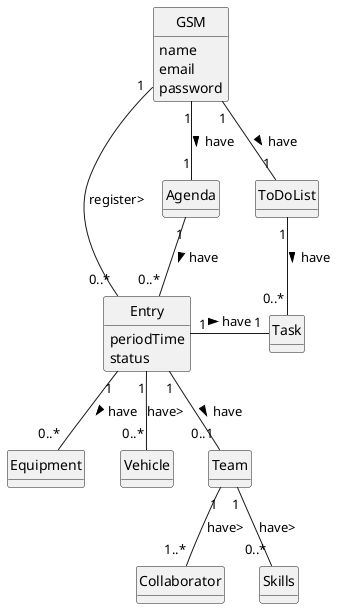
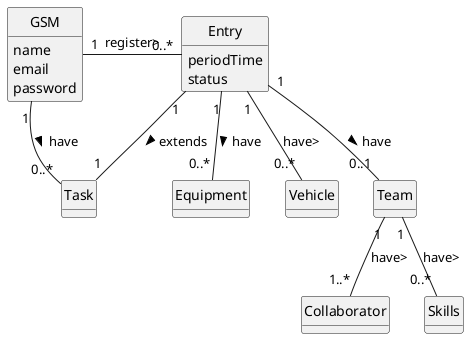
@startuml
skinparam monochrome true
skinparam packageStyle rectangle
skinparam shadowing false

'left to right direction

skinparam classAttributeIconSize 0

hide circle
hide methods

'title Domain Model

'class Platform {
'  -description
'}


class GSM {
    name
    email
    password
}

class Entry{
    periodTime
    status
}

- class ToDoList{
- }
+ 

class Collaborator{

}

class Equipment{
}

class Vehicle{
}


- GSM "1" -- "1" Agenda: have >

- GSM "1" -- "1" ToDoList: have >
- 
- ToDoList "1" -- "0..*" Task: have >
+ GSM "1" -- "0..*" Task: have >

GSM "1" - "0..*" Entry: register>

- Entry "1" - "1" Task : have >
- 
- Agenda "1" -- "0..*" Entry: have >
+ Entry "1" - "1" Task : extends >

Entry "1" -- "0..1" Team : have >

Entry "1" -- "0..*" Vehicle : have>

Entry "1" -- "0..*" Equipment : have >

Team "1" -- "1..*" Collaborator : have>

Team "1" -- "0..*" Skills : have>

@enduml